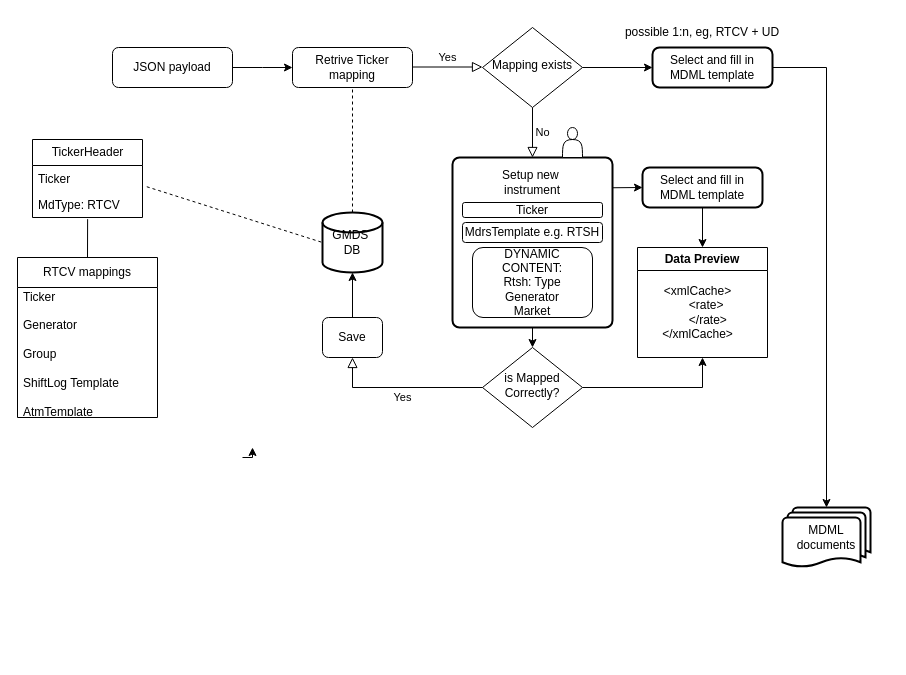
This is Untitled Diagram.drawio from abrzyski92/Test1, a draw.io file, before an edit. Source tidied: cells renumbered, new cells numbered last; positions are measured from the earlier drawing's top-left corner, leaving out a move shared by most shapes. Both pictures are drawn from the tidied source at 100%, with x=0, y=0 at pixel (17, 17).
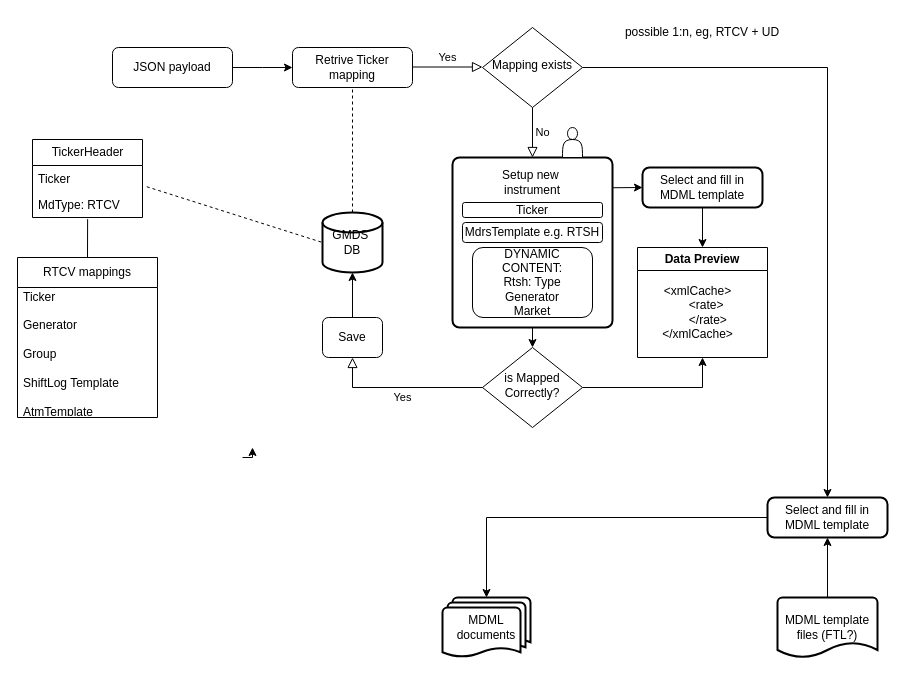
The same page after the edit.

Commit message:
gmds_dataflow_diagram

Change to the diagram source:
```diff
@@
     <mxCell id="15" value="Select and fill in MDML template" style="rounded=1;whiteSpace=wrap;html=1;absoluteArcSize=1;arcSize=14;strokeWidth=2;" parent="1" vertex="1">
-      <mxGeometry x="635" y="30" width="120" height="40" as="geometry" />
+      <mxGeometry x="750" y="480" width="120" height="40" as="geometry" />
     </mxCell>
@@
     <mxCell id="38" value="MDML documents" style="strokeWidth=2;html=1;shape=mxgraph.flowchart.multi-document;whiteSpace=wrap;" parent="1" vertex="1">
-      <mxGeometry x="765" y="490" width="88" height="60" as="geometry" />
+      <mxGeometry x="425" y="580" width="88" height="60" as="geometry" />
     </mxCell>
-    <mxCell id="39" style="edgeStyle=orthogonalEdgeStyle;rounded=0;jettySize=auto;html=1;exitX=1;exitY=0.5;exitDx=0;exitDy=0;entryX=0.5;entryY=0;entryDx=0;entryDy=0;entryPerimeter=0;" parent="1" edge="1" source="15" target="38">
+    <mxCell id="39" style="edgeStyle=orthogonalEdgeStyle;rounded=0;jettySize=auto;html=1;exitX=0;exitY=0.5;exitDx=0;exitDy=0;entryX=0.5;entryY=0;entryDx=0;entryDy=0;entryPerimeter=0;" parent="1" edge="1" source="15" target="38">
       <mxGeometry relative="1" as="geometry" />
     </mxCell>
+    <mxCell id="40" style="edgeStyle=orthogonalEdgeStyle;rounded=0;jettySize=auto;html=1;entryX=0.5;entryY=1;entryDx=0;entryDy=0;" parent="1" edge="1" source="41" target="15">
+      <mxGeometry relative="1" as="geometry" />
+    </mxCell>
+    <mxCell id="41" value="MDML template files (FTL?)" style="strokeWidth=2;html=1;shape=mxgraph.flowchart.document2;whiteSpace=wrap;size=0.25;" parent="1" vertex="1">
+      <mxGeometry x="760" y="580" width="100" height="60" as="geometry" />
+    </mxCell>
```
